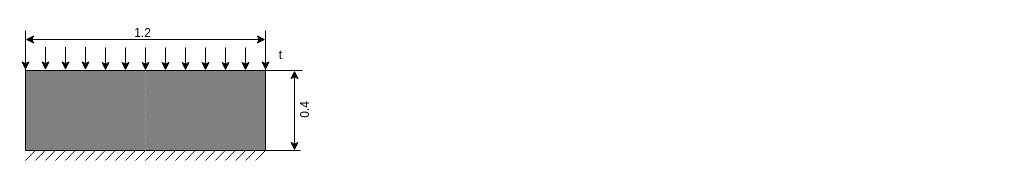
brighthe/hlthesis keeps this draw.io diagram as drawio/bearing_device_2d.drawio. Above is the earlier version. Source tidied: cells renumbered, new cells numbered last; positions are measured from the earlier drawing's top-left corner, leaving out a move shared by most shapes. Both pictures are drawn from the tidied source at 100%, with x=0, y=0 at pixel (25, 18).
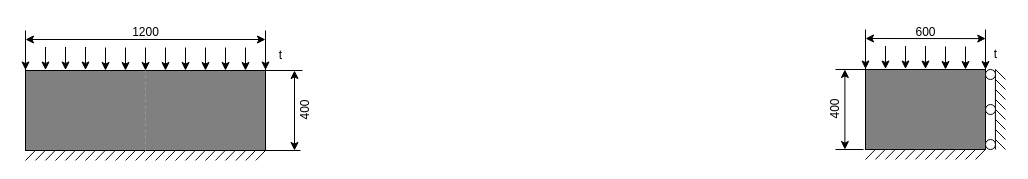
After the change.

What changed in the source:
```diff
@@
+    <mxCell id="50" style="group;" parent="1" vertex="1">
+      <mxGeometry x="795" y="-1" width="190" height="142" as="geometry" />
+    </mxCell>
+    <mxCell id="51" style="rounded=0;whiteSpace=wrap;html=1;fillStyle=auto;fillColor=#808080;" parent="50" vertex="1">
+      <mxGeometry x="45" y="52" width="120" height="80" as="geometry" />
+    </mxCell>
+    <mxCell id="52" value="600" style="text;html=1;align=center;verticalAlign=middle;strokeColor=none;fillColor=none;rotation=0;" parent="50" vertex="1">
+      <mxGeometry x="85" width="40" height="30" as="geometry" />
+    </mxCell>
+    <mxCell id="53" style="endArrow=classic;html=1;rounded=0;" parent="50" edge="1">
+      <mxGeometry relative="1" as="geometry">
+        <mxPoint x="125" y="29" as="sourcePoint" />
+        <mxPoint x="125" y="52" as="targetPoint" />
+      </mxGeometry>
+    </mxCell>
+    <mxCell id="54" style="endArrow=classic;html=1;rounded=0;" parent="50" edge="1">
+      <mxGeometry relative="1" as="geometry">
+        <mxPoint x="145" y="29" as="sourcePoint" />
+        <mxPoint x="145" y="52" as="targetPoint" />
+      </mxGeometry>
+    </mxCell>
+    <mxCell id="55" style="endArrow=classic;html=1;rounded=0;" parent="50" edge="1">
+      <mxGeometry relative="1" as="geometry">
+        <mxPoint x="165" y="29" as="sourcePoint" />
+        <mxPoint x="165" y="52" as="targetPoint" />
+      </mxGeometry>
+    </mxCell>
+    <mxCell id="56" style="endArrow=none;html=1;rounded=0;" parent="50" edge="1">
+      <mxGeometry relative="1" as="geometry">
+        <mxPoint x="45" y="58" as="sourcePoint" />
+        <mxPoint x="45" y="12" as="targetPoint" />
+      </mxGeometry>
+    </mxCell>
+    <mxCell id="57" style="endArrow=classic;startArrow=classic;html=1;rounded=0;entryX=0.175;entryY=-0.03;entryDx=0;entryDy=0;entryPerimeter=0;" parent="50" edge="1" target="63">
+      <mxGeometry relative="1" as="geometry">
+        <mxPoint x="45" y="21" as="sourcePoint" />
+      </mxGeometry>
+    </mxCell>
+    <mxCell id="58" style="endArrow=none;html=1;rounded=0;" parent="50" edge="1">
+      <mxGeometry relative="1" as="geometry">
+        <mxPoint x="165" y="52" as="sourcePoint" />
+        <mxPoint x="165" y="12" as="targetPoint" />
+      </mxGeometry>
+    </mxCell>
+    <mxCell id="59" style="endArrow=classic;html=1;rounded=0;" parent="50" edge="1">
+      <mxGeometry relative="1" as="geometry">
+        <mxPoint x="45" y="28.5" as="sourcePoint" />
+        <mxPoint x="45" y="51.5" as="targetPoint" />
+      </mxGeometry>
+    </mxCell>
+    <mxCell id="60" style="endArrow=classic;html=1;rounded=0;" parent="50" edge="1">
+      <mxGeometry relative="1" as="geometry">
+        <mxPoint x="65" y="28.5" as="sourcePoint" />
+        <mxPoint x="65" y="51.5" as="targetPoint" />
+      </mxGeometry>
+    </mxCell>
+    <mxCell id="61" style="endArrow=classic;html=1;rounded=0;" parent="50" edge="1">
+      <mxGeometry relative="1" as="geometry">
+        <mxPoint x="85" y="28.5" as="sourcePoint" />
+        <mxPoint x="85" y="51.5" as="targetPoint" />
+      </mxGeometry>
+    </mxCell>
+    <mxCell id="62" style="endArrow=classic;html=1;rounded=0;" parent="50" edge="1">
+      <mxGeometry relative="1" as="geometry">
+        <mxPoint x="105" y="28.5" as="sourcePoint" />
+        <mxPoint x="105" y="51.5" as="targetPoint" />
+      </mxGeometry>
+    </mxCell>
+    <mxCell id="63" value="t" style="text;html=1;align=center;verticalAlign=middle;points=[];strokeColor=none;fillColor=none;" parent="50" vertex="1">
+      <mxGeometry x="160" y="22" width="30" height="30" as="geometry" />
+    </mxCell>
+    <mxCell id="64" style="endArrow=none;html=1;rounded=0;startSize=6;exitX=0.053;exitY=1.001;exitDx=0;exitDy=0;exitPerimeter=0;" parent="50" edge="1">
+      <mxGeometry relative="1" as="geometry">
+        <mxPoint x="54.7" y="132.1" as="sourcePoint" />
+        <mxPoint x="45" y="142" as="targetPoint" />
+      </mxGeometry>
+    </mxCell>
+    <mxCell id="65" style="endArrow=none;html=1;rounded=0;startSize=6;exitX=0.053;exitY=1.001;exitDx=0;exitDy=0;exitPerimeter=0;" parent="50" edge="1">
+      <mxGeometry relative="1" as="geometry">
+        <mxPoint x="64.7" y="132" as="sourcePoint" />
+        <mxPoint x="55" y="141.9" as="targetPoint" />
+      </mxGeometry>
+    </mxCell>
+    <mxCell id="66" style="endArrow=none;html=1;rounded=0;startSize=6;exitX=0.053;exitY=1.001;exitDx=0;exitDy=0;exitPerimeter=0;" parent="50" edge="1">
+      <mxGeometry relative="1" as="geometry">
+        <mxPoint x="74.7" y="132" as="sourcePoint" />
+        <mxPoint x="65" y="141.9" as="targetPoint" />
+      </mxGeometry>
+    </mxCell>
+    <mxCell id="67" style="endArrow=none;html=1;rounded=0;startSize=6;exitX=0.053;exitY=1.001;exitDx=0;exitDy=0;exitPerimeter=0;" parent="50" edge="1">
+      <mxGeometry relative="1" as="geometry">
+        <mxPoint x="84.7" y="132.1" as="sourcePoint" />
+        <mxPoint x="75" y="142" as="targetPoint" />
+      </mxGeometry>
+    </mxCell>
+    <mxCell id="68" style="endArrow=none;html=1;rounded=0;startSize=6;exitX=0.053;exitY=1.001;exitDx=0;exitDy=0;exitPerimeter=0;" parent="50" edge="1">
+      <mxGeometry relative="1" as="geometry">
+        <mxPoint x="94.7" y="132" as="sourcePoint" />
+        <mxPoint x="85" y="141.9" as="targetPoint" />
+      </mxGeometry>
+    </mxCell>
+    <mxCell id="69" style="endArrow=none;html=1;rounded=0;startSize=6;exitX=0.053;exitY=1.001;exitDx=0;exitDy=0;exitPerimeter=0;" parent="50" edge="1">
+      <mxGeometry relative="1" as="geometry">
+        <mxPoint x="104.7" y="132" as="sourcePoint" />
+        <mxPoint x="95" y="141.9" as="targetPoint" />
+      </mxGeometry>
+    </mxCell>
+    <mxCell id="70" style="endArrow=none;html=1;rounded=0;startSize=6;exitX=0.053;exitY=1.001;exitDx=0;exitDy=0;exitPerimeter=0;" parent="50" edge="1">
+      <mxGeometry relative="1" as="geometry">
+        <mxPoint x="114.7" y="132.1" as="sourcePoint" />
+        <mxPoint x="105" y="142" as="targetPoint" />
+      </mxGeometry>
+    </mxCell>
+    <mxCell id="71" style="endArrow=none;html=1;rounded=0;startSize=6;exitX=0.053;exitY=1.001;exitDx=0;exitDy=0;exitPerimeter=0;" parent="50" edge="1">
+      <mxGeometry relative="1" as="geometry">
+        <mxPoint x="124.7" y="132" as="sourcePoint" />
+        <mxPoint x="115" y="141.9" as="targetPoint" />
+      </mxGeometry>
+    </mxCell>
+    <mxCell id="72" style="endArrow=none;html=1;rounded=0;startSize=6;exitX=0.053;exitY=1.001;exitDx=0;exitDy=0;exitPerimeter=0;" parent="50" edge="1">
+      <mxGeometry relative="1" as="geometry">
+        <mxPoint x="134.7" y="132" as="sourcePoint" />
+        <mxPoint x="125" y="141.9" as="targetPoint" />
+      </mxGeometry>
+    </mxCell>
+    <mxCell id="73" style="endArrow=none;html=1;rounded=0;startSize=6;exitX=0.053;exitY=1.001;exitDx=0;exitDy=0;exitPerimeter=0;" parent="50" edge="1">
+      <mxGeometry relative="1" as="geometry">
+        <mxPoint x="144.9" y="132.1" as="sourcePoint" />
+        <mxPoint x="135.1" y="142" as="targetPoint" />
+      </mxGeometry>
+    </mxCell>
+    <mxCell id="74" style="endArrow=none;html=1;rounded=0;startSize=6;exitX=0.053;exitY=1.001;exitDx=0;exitDy=0;exitPerimeter=0;" parent="50" edge="1">
+      <mxGeometry relative="1" as="geometry">
+        <mxPoint x="154.9" y="132" as="sourcePoint" />
+        <mxPoint x="145.1" y="141.9" as="targetPoint" />
+      </mxGeometry>
+    </mxCell>
+    <mxCell id="75" style="endArrow=none;html=1;rounded=0;startSize=6;exitX=0.053;exitY=1.001;exitDx=0;exitDy=0;exitPerimeter=0;" parent="50" edge="1">
+      <mxGeometry relative="1" as="geometry">
+        <mxPoint x="164.9" y="132" as="sourcePoint" />
+        <mxPoint x="155.1" y="141.9" as="targetPoint" />
+      </mxGeometry>
+    </mxCell>
+    <mxCell id="76" style="endArrow=none;html=1;rounded=0;startSize=6;exitX=0.053;exitY=1.001;exitDx=0;exitDy=0;exitPerimeter=0;" parent="50" edge="1">
+      <mxGeometry relative="1" as="geometry">
+        <mxPoint x="175" y="112" as="sourcePoint" />
+        <mxPoint x="185" y="122" as="targetPoint" />
+      </mxGeometry>
+    </mxCell>
+    <mxCell id="77" style="endArrow=none;html=1;rounded=0;startSize=6;exitX=0.053;exitY=1.001;exitDx=0;exitDy=0;exitPerimeter=0;" parent="50" edge="1">
+      <mxGeometry relative="1" as="geometry">
+        <mxPoint x="175" y="102" as="sourcePoint" />
+        <mxPoint x="185" y="112" as="targetPoint" />
+      </mxGeometry>
+    </mxCell>
+    <mxCell id="78" style="endArrow=none;html=1;rounded=0;startSize=6;exitX=0.053;exitY=1.001;exitDx=0;exitDy=0;exitPerimeter=0;" parent="50" edge="1">
+      <mxGeometry relative="1" as="geometry">
+        <mxPoint x="175" y="92" as="sourcePoint" />
+        <mxPoint x="185" y="102" as="targetPoint" />
+      </mxGeometry>
+    </mxCell>
+    <mxCell id="79" style="endArrow=none;html=1;rounded=0;startSize=6;exitX=0.053;exitY=1.001;exitDx=0;exitDy=0;exitPerimeter=0;" parent="50" edge="1">
+      <mxGeometry relative="1" as="geometry">
+        <mxPoint x="175" y="82" as="sourcePoint" />
+        <mxPoint x="185" y="92" as="targetPoint" />
+      </mxGeometry>
+    </mxCell>
+    <mxCell id="80" style="endArrow=none;html=1;rounded=0;startSize=6;exitX=0.053;exitY=1.001;exitDx=0;exitDy=0;exitPerimeter=0;" parent="50" edge="1">
+      <mxGeometry relative="1" as="geometry">
+        <mxPoint x="175" y="72" as="sourcePoint" />
+        <mxPoint x="185" y="82" as="targetPoint" />
+      </mxGeometry>
+    </mxCell>
+    <mxCell id="81" style="endArrow=none;html=1;rounded=0;startSize=6;exitX=0.053;exitY=1.001;exitDx=0;exitDy=0;exitPerimeter=0;" parent="50" edge="1">
+      <mxGeometry relative="1" as="geometry">
+        <mxPoint x="175" y="62" as="sourcePoint" />
+        <mxPoint x="185" y="72" as="targetPoint" />
+      </mxGeometry>
+    </mxCell>
+    <mxCell id="82" style="endArrow=none;html=1;rounded=0;startSize=6;exitX=0.053;exitY=1.001;exitDx=0;exitDy=0;exitPerimeter=0;" parent="50" edge="1">
+      <mxGeometry relative="1" as="geometry">
+        <mxPoint x="175" y="52" as="sourcePoint" />
+        <mxPoint x="185" y="62" as="targetPoint" />
+      </mxGeometry>
+    </mxCell>
+    <mxCell id="83" style="endArrow=none;html=1;rounded=0;startSize=6;exitX=0.053;exitY=1.001;exitDx=0;exitDy=0;exitPerimeter=0;" parent="50" edge="1">
+      <mxGeometry relative="1" as="geometry">
+        <mxPoint x="175" y="122" as="sourcePoint" />
+        <mxPoint x="185" y="132" as="targetPoint" />
+      </mxGeometry>
+    </mxCell>
+    <mxCell id="84" style="endArrow=none;html=1;rounded=0;" parent="50" edge="1">
+      <mxGeometry relative="1" as="geometry">
+        <mxPoint x="174.9" y="132" as="sourcePoint" />
+        <mxPoint x="174.9" y="52" as="targetPoint" />
+      </mxGeometry>
+    </mxCell>
+    <mxCell id="85" style="ellipse;whiteSpace=wrap;html=1;" parent="50" vertex="1">
+      <mxGeometry x="165" y="52" width="10" height="10" as="geometry" />
+    </mxCell>
+    <mxCell id="86" style="ellipse;whiteSpace=wrap;html=1;" parent="50" vertex="1">
+      <mxGeometry x="165" y="122" width="10" height="10" as="geometry" />
+    </mxCell>
+    <mxCell id="87" style="ellipse;whiteSpace=wrap;html=1;" parent="50" vertex="1">
+      <mxGeometry x="165" y="87" width="10" height="10" as="geometry" />
+    </mxCell>
+    <mxCell id="88" style="endArrow=none;html=1;rounded=0;" parent="50" edge="1">
+      <mxGeometry relative="1" as="geometry">
+        <mxPoint x="43" y="132" as="sourcePoint" />
+        <mxPoint x="15" y="132" as="targetPoint" />
+      </mxGeometry>
+    </mxCell>
+    <mxCell id="89" style="endArrow=none;html=1;rounded=0;" parent="50" edge="1">
+      <mxGeometry relative="1" as="geometry">
+        <mxPoint x="45" y="52" as="sourcePoint" />
+        <mxPoint x="15" y="52" as="targetPoint" />
+      </mxGeometry>
+    </mxCell>
+    <mxCell id="90" style="endArrow=classic;startArrow=classic;html=1;rounded=0;" parent="50" edge="1">
+      <mxGeometry relative="1" as="geometry">
+        <mxPoint x="24.4" y="132" as="sourcePoint" />
+        <mxPoint x="24.4" y="52" as="targetPoint" />
+      </mxGeometry>
+    </mxCell>
+    <mxCell id="91" value="400" style="text;html=1;align=center;verticalAlign=middle;strokeColor=none;fillColor=none;rotation=270;" parent="50" vertex="1">
+      <mxGeometry x="-5" y="77" width="40" height="30" as="geometry" />
+    </mxCell>
@@
-    <mxCell id="3" value="1.2" style="text;html=1;align=center;verticalAlign=middle;strokeColor=none;fillColor=none;rotation=0;" parent="1" vertex="1">
-      <mxGeometry x="97" width="40" height="30" as="geometry" />
+    <mxCell id="3" value="1200" style="text;html=1;align=center;verticalAlign=middle;strokeColor=none;fillColor=none;rotation=0;" parent="1" vertex="1">
+      <mxGeometry x="95" y="-1" width="50" height="30" as="geometry" />
     </mxCell>
@@
-    <mxCell id="23" value="0.4" style="text;html=1;align=center;verticalAlign=middle;strokeColor=none;fillColor=none;rotation=270;" parent="1" vertex="1">
+    <mxCell id="23" value="400" style="text;html=1;align=center;verticalAlign=middle;strokeColor=none;fillColor=none;rotation=270;" parent="1" vertex="1">
       <mxGeometry x="260" y="77" width="40" height="30" as="geometry" />
     </mxCell>
```
